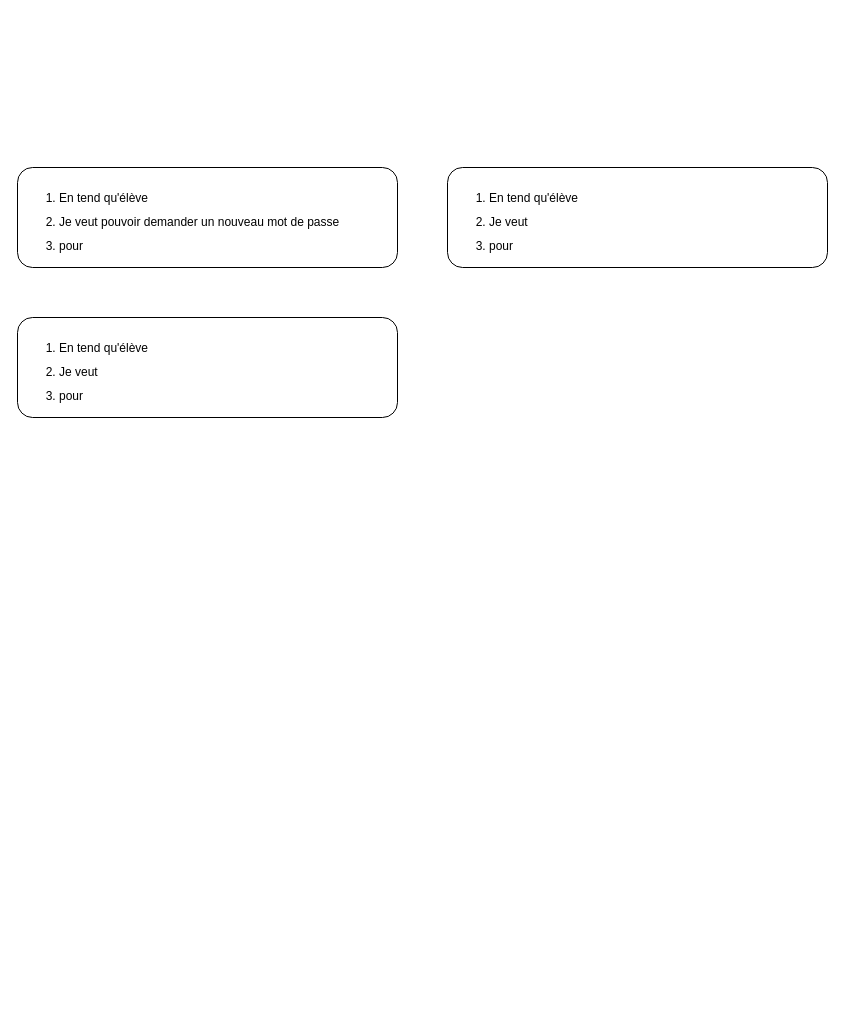
Earlier version of the draw.io diagram User Story.drawio (CuteSlime/P3-Learn-home). Source tidied: cells renumbered, new cells numbered last; positions are measured from the earlier drawing's top-left corner, leaving out a move shared by most shapes. Both pictures are drawn from the tidied source at 100%, with x=0, y=0 at pixel (17, 167).
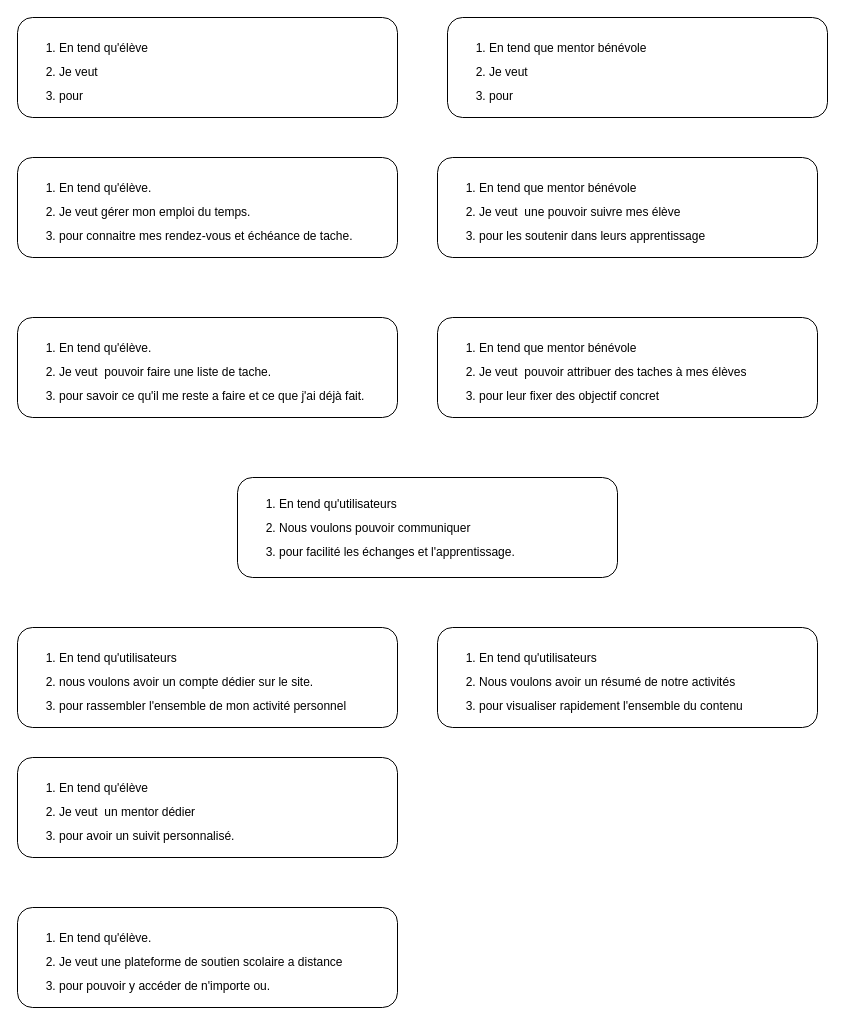
Above is the later version.

Commit message:
Mettre à jour User Story.drawio

What changed in the source:
```diff
@@
     <mxCell id="2" style="group;" parent="1" vertex="1">
-      <mxGeometry width="380" height="100" as="geometry" />
+      <mxGeometry y="-10" width="380" height="100" as="geometry" />
     </mxCell>
@@
-    <mxCell id="4" value="&lt;ol style=&quot;line-height: 200%;&quot;&gt;&lt;li&gt;En tend qu'élève&lt;/li&gt;&lt;li&gt;Je veut pouvoir demander un nouveau mot de passe &lt;br&gt;&lt;/li&gt;&lt;li&gt;pour&lt;/li&gt;&lt;/ol&gt;" style="text;strokeColor=none;fillColor=none;align=left;verticalAlign=middle;spacingLeft=0;spacingRight=4;overflow=hidden;whiteSpace=wrap;html=1;spacing=2;spacingTop=4;spacingBottom=4;imageAspect=1;" parent="2" vertex="1">
+    <mxCell id="4" value="&lt;ol style=&quot;line-height: 200%;&quot;&gt;&lt;li&gt;En tend qu'élève.&lt;/li&gt;&lt;li&gt;Je veut gérer mon emploi du temps. &lt;br&gt;&lt;/li&gt;&lt;li&gt;pour connaitre mes rendez-vous et échéance de tache.&lt;br&gt;&lt;/li&gt;&lt;/ol&gt;" style="text;strokeColor=none;fillColor=none;align=left;verticalAlign=middle;spacingLeft=0;spacingRight=4;overflow=hidden;whiteSpace=wrap;html=1;spacing=2;spacingTop=4;spacingBottom=4;imageAspect=1;" parent="2" vertex="1">
       <mxGeometry width="380" height="100" as="geometry" />
     </mxCell>
-    <mxCell id="5" style="group;" parent="1" vertex="1">
-      <mxGeometry y="150" width="380" height="100" as="geometry" />
-    </mxCell>
-    <mxCell id="6" style="rounded=1;whiteSpace=wrap;html=1;" parent="5" vertex="1">
-      <mxGeometry width="380" height="100" as="geometry" />
-    </mxCell>
-    <mxCell id="7" value="&lt;ol style=&quot;line-height: 200%;&quot;&gt;&lt;li&gt;En tend qu'élève&lt;/li&gt;&lt;li&gt;Je veut&amp;nbsp; &lt;br&gt;&lt;/li&gt;&lt;li&gt;pour&lt;/li&gt;&lt;/ol&gt;" style="text;strokeColor=none;fillColor=none;align=left;verticalAlign=middle;spacingLeft=0;spacingRight=4;overflow=hidden;whiteSpace=wrap;html=1;spacing=2;spacingTop=4;spacingBottom=4;imageAspect=1;" parent="5" vertex="1">
-      <mxGeometry width="380" height="100" as="geometry" />
-    </mxCell>
     <mxCell id="8" style="group;" parent="1" vertex="1">
-      <mxGeometry x="430" width="380" height="100" as="geometry" />
+      <mxGeometry x="430" y="-150" width="380" height="100" as="geometry" />
     </mxCell>
@@
-    <mxCell id="10" value="&lt;ol style=&quot;line-height: 200%;&quot;&gt;&lt;li&gt;En tend qu'élève&lt;/li&gt;&lt;li&gt;Je veut&amp;nbsp; &lt;br&gt;&lt;/li&gt;&lt;li&gt;pour&lt;/li&gt;&lt;/ol&gt;" style="text;strokeColor=none;fillColor=none;align=left;verticalAlign=middle;spacingLeft=0;spacingRight=4;overflow=hidden;whiteSpace=wrap;html=1;spacing=2;spacingTop=4;spacingBottom=4;imageAspect=1;" parent="8" vertex="1">
+    <mxCell id="10" value="&lt;ol style=&quot;line-height: 200%;&quot;&gt;&lt;li&gt;En tend que mentor bénévole&lt;br&gt;&lt;/li&gt;&lt;li&gt;Je veut&amp;nbsp; &lt;br&gt;&lt;/li&gt;&lt;li&gt;pour&lt;/li&gt;&lt;/ol&gt;" style="text;strokeColor=none;fillColor=none;align=left;verticalAlign=middle;spacingLeft=0;spacingRight=4;overflow=hidden;whiteSpace=wrap;html=1;spacing=2;spacingTop=4;spacingBottom=4;imageAspect=1;" parent="8" vertex="1">
       <mxGeometry width="380" height="100" as="geometry" />
     </mxCell>
+    <mxCell id="11" style="group;" parent="1" vertex="1">
+      <mxGeometry y="-150" width="380" height="100" as="geometry" />
+    </mxCell>
+    <mxCell id="12" style="rounded=1;whiteSpace=wrap;html=1;" parent="11" vertex="1">
+      <mxGeometry width="380" height="100" as="geometry" />
+    </mxCell>
+    <mxCell id="7" value="&lt;ol style=&quot;line-height: 200%;&quot;&gt;&lt;li&gt;En tend qu'élève&lt;/li&gt;&lt;li&gt;Je veut&amp;nbsp; &lt;br&gt;&lt;/li&gt;&lt;li&gt;pour&lt;/li&gt;&lt;/ol&gt;" style="text;strokeColor=none;fillColor=none;align=left;verticalAlign=middle;spacingLeft=0;spacingRight=4;overflow=hidden;whiteSpace=wrap;html=1;spacing=2;spacingTop=4;spacingBottom=4;imageAspect=1;" parent="11" vertex="1">
+      <mxGeometry width="380" height="100" as="geometry" />
+    </mxCell>
+    <mxCell id="5" style="group;" parent="1" vertex="1">
+      <mxGeometry y="150" width="380" height="100" as="geometry" />
+    </mxCell>
+    <mxCell id="6" style="rounded=1;whiteSpace=wrap;html=1;" parent="5" vertex="1">
+      <mxGeometry width="380" height="100" as="geometry" />
+    </mxCell>
+    <mxCell id="13" value="&lt;ol style=&quot;line-height: 200%;&quot;&gt;&lt;li&gt;En tend qu'élève.&lt;br&gt;&lt;/li&gt;&lt;li&gt;Je veut&amp;nbsp; pouvoir faire une liste de tache.&lt;br&gt;&lt;/li&gt;&lt;li&gt;pour savoir ce qu'il me reste a faire et ce que j'ai déjà fait.&lt;br&gt;&lt;/li&gt;&lt;/ol&gt;" style="text;strokeColor=none;fillColor=none;align=left;verticalAlign=middle;spacingLeft=0;spacingRight=4;overflow=hidden;whiteSpace=wrap;html=1;spacing=2;spacingTop=4;spacingBottom=4;imageAspect=1;" parent="5" vertex="1">
+      <mxGeometry width="380" height="100" as="geometry" />
+    </mxCell>
+    <mxCell id="14" style="group;" parent="1" vertex="1">
+      <mxGeometry y="460" width="380" height="100" as="geometry" />
+    </mxCell>
+    <mxCell id="15" style="rounded=1;whiteSpace=wrap;html=1;" parent="14" vertex="1">
+      <mxGeometry width="380" height="100" as="geometry" />
+    </mxCell>
+    <mxCell id="16" value="&lt;ol style=&quot;line-height: 200%;&quot;&gt;&lt;li&gt;En tend qu'utilisateurs&lt;/li&gt;&lt;li&gt;nous voulons avoir un compte dédier sur le site.&lt;br&gt;&lt;/li&gt;&lt;li&gt;pour rassembler l'ensemble de mon activité personnel&lt;br&gt;&lt;/li&gt;&lt;/ol&gt;" style="text;strokeColor=none;fillColor=none;align=left;verticalAlign=middle;spacingLeft=0;spacingRight=4;overflow=hidden;whiteSpace=wrap;html=1;spacing=2;spacingTop=4;spacingBottom=4;imageAspect=1;" parent="14" vertex="1">
+      <mxGeometry width="380" height="100" as="geometry" />
+    </mxCell>
+    <mxCell id="17" style="group;" parent="1" vertex="1">
+      <mxGeometry y="590" width="380" height="100" as="geometry" />
+    </mxCell>
+    <mxCell id="18" style="rounded=1;whiteSpace=wrap;html=1;" parent="17" vertex="1">
+      <mxGeometry width="380" height="100" as="geometry" />
+    </mxCell>
+    <mxCell id="19" value="&lt;ol style=&quot;line-height: 200%;&quot;&gt;&lt;li&gt;En tend qu'élève&lt;/li&gt;&lt;li&gt;Je veut&amp;nbsp; un mentor dédier&lt;br&gt;&lt;/li&gt;&lt;li&gt;pour avoir un suivit personnalisé.&lt;br&gt;&lt;/li&gt;&lt;/ol&gt;" style="text;strokeColor=none;fillColor=none;align=left;verticalAlign=middle;spacingLeft=0;spacingRight=4;overflow=hidden;whiteSpace=wrap;html=1;spacing=2;spacingTop=4;spacingBottom=4;imageAspect=1;" parent="17" vertex="1">
+      <mxGeometry width="380" height="100" as="geometry" />
+    </mxCell>
+    <mxCell id="20" style="group;" parent="1" vertex="1">
+      <mxGeometry y="740" width="380" height="100" as="geometry" />
+    </mxCell>
+    <mxCell id="21" style="rounded=1;whiteSpace=wrap;html=1;" parent="20" vertex="1">
+      <mxGeometry width="380" height="100" as="geometry" />
+    </mxCell>
+    <mxCell id="22" value="&lt;ol style=&quot;line-height: 200%;&quot;&gt;&lt;li&gt;En tend qu'élève.&lt;br&gt;&lt;/li&gt;&lt;li&gt;Je veut une plateforme de soutien scolaire a distance&lt;br&gt;&lt;/li&gt;&lt;li&gt;pour pouvoir y accéder de n'importe ou.&lt;br&gt;&lt;/li&gt;&lt;/ol&gt;" style="text;strokeColor=none;fillColor=none;align=left;verticalAlign=middle;spacingLeft=0;spacingRight=4;overflow=hidden;whiteSpace=wrap;html=1;spacing=2;spacingTop=4;spacingBottom=4;imageAspect=1;" parent="20" vertex="1">
+      <mxGeometry width="380" height="100" as="geometry" />
+    </mxCell>
+    <mxCell id="23" style="group;" parent="1" vertex="1">
+      <mxGeometry x="420" y="-10" width="380" height="100" as="geometry" />
+    </mxCell>
+    <mxCell id="24" style="rounded=1;whiteSpace=wrap;html=1;" parent="23" vertex="1">
+      <mxGeometry width="380" height="100" as="geometry" />
+    </mxCell>
+    <mxCell id="25" value="&lt;ol style=&quot;line-height: 200%;&quot;&gt;&lt;li&gt;En tend que mentor bénévole&lt;br&gt;&lt;/li&gt;&lt;li&gt;Je veut&amp;nbsp; une pouvoir suivre mes élève&lt;br&gt;&lt;/li&gt;&lt;li&gt;pour les soutenir dans leurs apprentissage&lt;br&gt;&lt;/li&gt;&lt;/ol&gt;" style="text;strokeColor=none;fillColor=none;align=left;verticalAlign=middle;spacingLeft=0;spacingRight=4;overflow=hidden;whiteSpace=wrap;html=1;spacing=2;spacingTop=4;spacingBottom=4;imageAspect=1;" parent="23" vertex="1">
+      <mxGeometry width="380" height="100" as="geometry" />
+    </mxCell>
+    <mxCell id="26" style="group;" parent="1" vertex="1">
+      <mxGeometry x="420" y="150" width="380" height="100" as="geometry" />
+    </mxCell>
+    <mxCell id="27" style="rounded=1;whiteSpace=wrap;html=1;" parent="26" vertex="1">
+      <mxGeometry width="380" height="100" as="geometry" />
+    </mxCell>
+    <mxCell id="28" value="&lt;ol style=&quot;line-height: 200%;&quot;&gt;&lt;li&gt;En tend que mentor bénévole&lt;br&gt;&lt;/li&gt;&lt;li&gt;Je veut&amp;nbsp; pouvoir attribuer des taches à mes élèves&lt;br&gt;&lt;/li&gt;&lt;li&gt;pour leur fixer des objectif concret&lt;br&gt;&lt;/li&gt;&lt;/ol&gt;" style="text;strokeColor=none;fillColor=none;align=left;verticalAlign=middle;spacingLeft=0;spacingRight=4;overflow=hidden;whiteSpace=wrap;html=1;spacing=2;spacingTop=4;spacingBottom=4;imageAspect=1;" parent="26" vertex="1">
+      <mxGeometry width="380" height="100" as="geometry" />
+    </mxCell>
+    <mxCell id="29" style="group;" parent="1" vertex="1">
+      <mxGeometry x="420" y="460" width="380" height="100" as="geometry" />
+    </mxCell>
+    <mxCell id="30" style="rounded=1;whiteSpace=wrap;html=1;" parent="29" vertex="1">
+      <mxGeometry width="380" height="100" as="geometry" />
+    </mxCell>
+    <mxCell id="31" value="&lt;ol style=&quot;line-height: 200%;&quot;&gt;&lt;li&gt;En tend qu'utilisateurs&lt;br&gt;&lt;/li&gt;&lt;li&gt;Nous voulons avoir un résumé de notre activités &lt;br&gt;&lt;/li&gt;&lt;li&gt;pour visualiser rapidement l'ensemble du contenu&lt;br&gt;&lt;/li&gt;&lt;/ol&gt;" style="text;strokeColor=none;fillColor=none;align=left;verticalAlign=middle;spacingLeft=0;spacingRight=4;overflow=hidden;whiteSpace=wrap;html=1;spacing=2;spacingTop=4;spacingBottom=4;imageAspect=1;" parent="29" vertex="1">
+      <mxGeometry width="380" height="100" as="geometry" />
+    </mxCell>
+    <mxCell id="32" style="group;" parent="1" vertex="1">
+      <mxGeometry x="220" y="310" width="380" height="100" as="geometry" />
+    </mxCell>
+    <mxCell id="33" style="rounded=1;whiteSpace=wrap;html=1;" parent="32" vertex="1">
+      <mxGeometry width="380" height="100" as="geometry" />
+    </mxCell>
+    <mxCell id="34" value="&lt;ol style=&quot;line-height: 200%;&quot;&gt;&lt;li&gt;En tend qu'utilisateurs&lt;/li&gt;&lt;li&gt;Nous voulons pouvoir communiquer&lt;br&gt;&lt;/li&gt;&lt;li&gt;pour facilité les échanges et l'apprentissage.&lt;br&gt;&lt;/li&gt;&lt;/ol&gt;" style="text;strokeColor=none;fillColor=none;align=left;verticalAlign=middle;spacingLeft=0;spacingRight=4;overflow=hidden;whiteSpace=wrap;html=1;spacing=2;spacingTop=0;spacingBottom=0;imageAspect=1;" parent="32" vertex="1">
+      <mxGeometry width="380" height="100" as="geometry" />
+    </mxCell>
```
